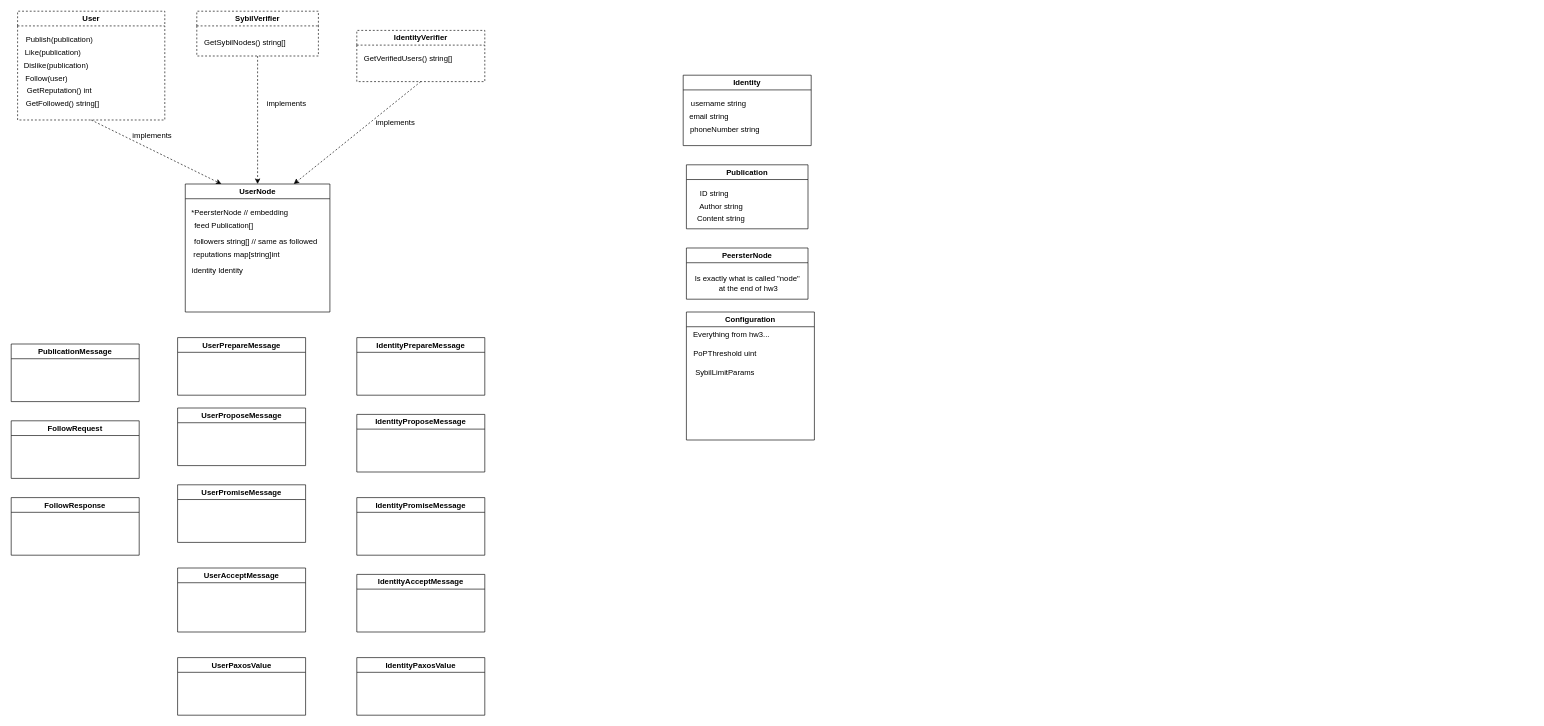
The draw.io diagram diagrams/Minotor_diagram.drawio in gmessmer/cs438, before the edit. Source tidied: cells renumbered, new cells numbered last; positions are measured from the earlier drawing's top-left corner, leaving out a move shared by most shapes. Both pictures are drawn from the tidied source at 64%, with x=0, y=0 at pixel (11, 11).
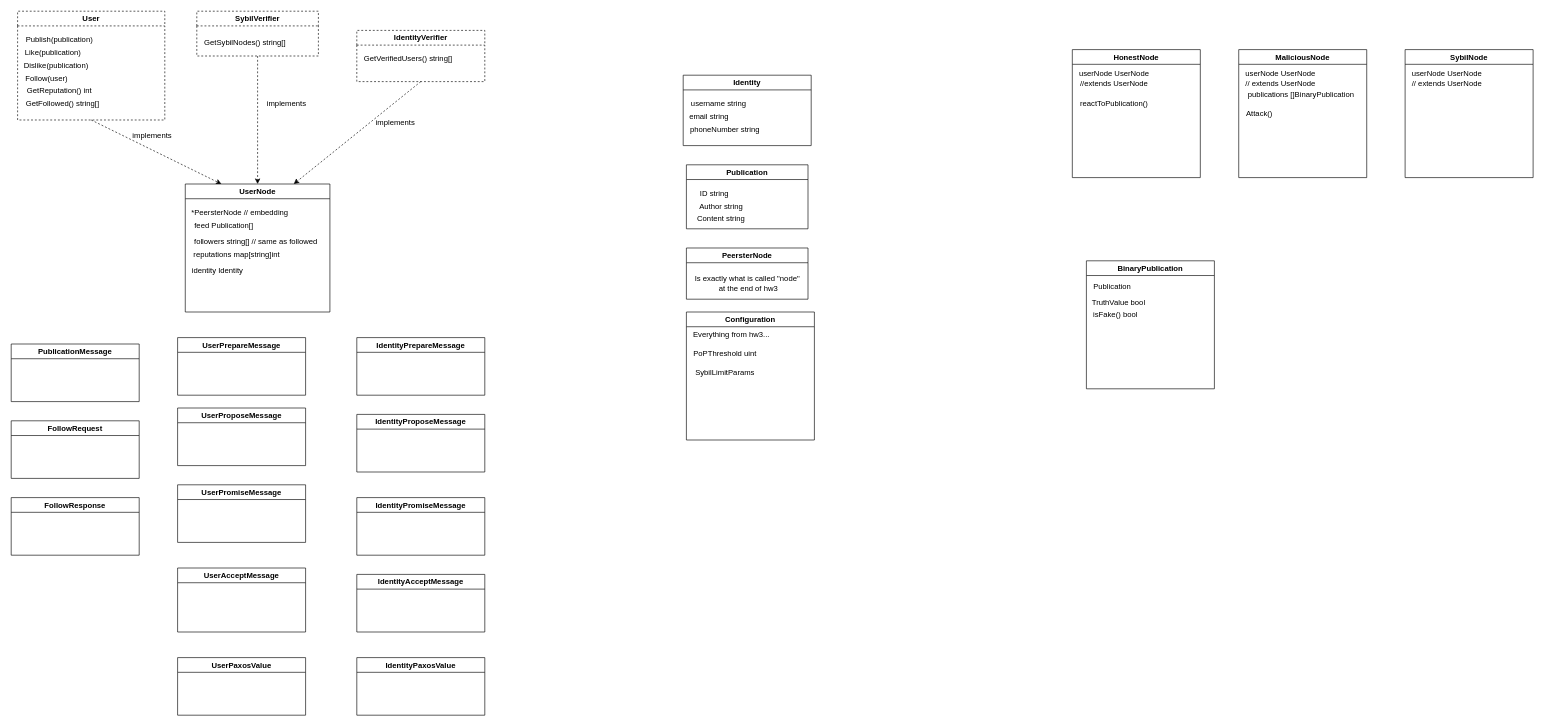
The same diagram, later.

Change to the diagram source:
```diff
@@
+    <mxCell id="52" value="HonestNode" style="swimlane;whiteSpace=wrap;html=1;" parent="1" vertex="1">
+      <mxGeometry x="1658" y="60" width="200" height="200" as="geometry" />
+    </mxCell>
+    <mxCell id="53" value="userNode UserNode&lt;br&gt;//extends UserNode" style="text;html=1;align=center;verticalAlign=middle;strokeColor=none;fillColor=none;" parent="52" vertex="1">
+      <mxGeometry y="25" width="130" height="40" as="geometry" />
+    </mxCell>
+    <mxCell id="54" value="reactToPublication()" style="text;html=1;align=center;verticalAlign=middle;strokeColor=none;fillColor=none;" parent="52" vertex="1">
+      <mxGeometry y="70" width="130" height="30" as="geometry" />
+    </mxCell>
+    <mxCell id="55" value="MaliciousNode" style="swimlane;whiteSpace=wrap;html=1;" parent="1" vertex="1">
+      <mxGeometry x="1918" y="60" width="200" height="200" as="geometry" />
+    </mxCell>
+    <mxCell id="56" value="userNode UserNode&lt;br&gt;// extends UserNode" style="text;html=1;align=center;verticalAlign=middle;strokeColor=none;fillColor=none;" parent="55" vertex="1">
+      <mxGeometry y="25" width="130" height="40" as="geometry" />
+    </mxCell>
+    <mxCell id="57" value="Attack()" style="text;html=1;align=center;verticalAlign=middle;strokeColor=none;fillColor=none;" parent="55" vertex="1">
+      <mxGeometry x="2" y="85" width="60" height="30" as="geometry" />
+    </mxCell>
+    <mxCell id="58" value="publications []BinaryPublication" style="text;html=1;align=center;verticalAlign=middle;strokeColor=none;fillColor=none;" parent="55" vertex="1">
+      <mxGeometry x="2" y="55" width="190" height="30" as="geometry" />
+    </mxCell>
+    <mxCell id="59" value="SybilNode" style="swimlane;whiteSpace=wrap;html=1;" parent="1" vertex="1">
+      <mxGeometry x="2178" y="60" width="200" height="200" as="geometry" />
+    </mxCell>
+    <mxCell id="60" value="userNode UserNode&lt;br&gt;// extends UserNode" style="text;html=1;align=center;verticalAlign=middle;strokeColor=none;fillColor=none;" parent="59" vertex="1">
+      <mxGeometry y="25" width="130" height="40" as="geometry" />
+    </mxCell>
+    <mxCell id="61" value="BinaryPublication" style="swimlane;whiteSpace=wrap;html=1;" parent="1" vertex="1">
+      <mxGeometry x="1680" y="390" width="200" height="200" as="geometry" />
+    </mxCell>
+    <mxCell id="62" value="Publication" style="text;html=1;align=center;verticalAlign=middle;strokeColor=none;fillColor=none;" parent="61" vertex="1">
+      <mxGeometry y="25" width="80" height="30" as="geometry" />
+    </mxCell>
+    <mxCell id="63" value="TruthValue bool" style="text;html=1;align=center;verticalAlign=middle;strokeColor=none;fillColor=none;" parent="61" vertex="1">
+      <mxGeometry x="-5" y="50" width="110" height="30" as="geometry" />
+    </mxCell>
+    <mxCell id="64" value="isFake() bool" style="text;html=1;align=center;verticalAlign=middle;strokeColor=none;fillColor=none;" parent="61" vertex="1">
+      <mxGeometry y="70" width="90" height="30" as="geometry" />
+    </mxCell>
```
